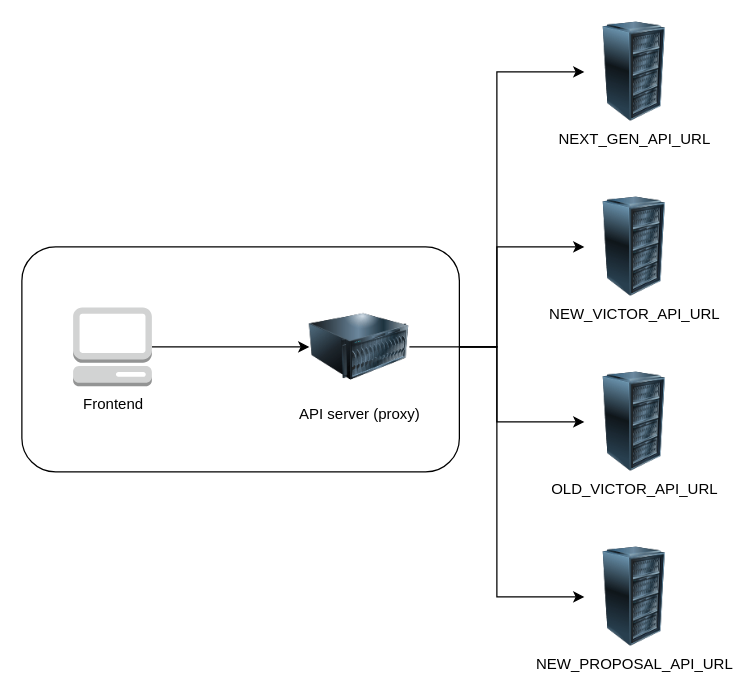
This is client-server.drawio from element364/draw.io, a draw.io file, before an edit. Source tidied: cells renumbered, new cells numbered last; positions are measured from the earlier drawing's top-left corner, leaving out a move shared by most shapes. Both pictures are drawn from the tidied source at 125%, with x=0, y=0 at pixel (21, 21).
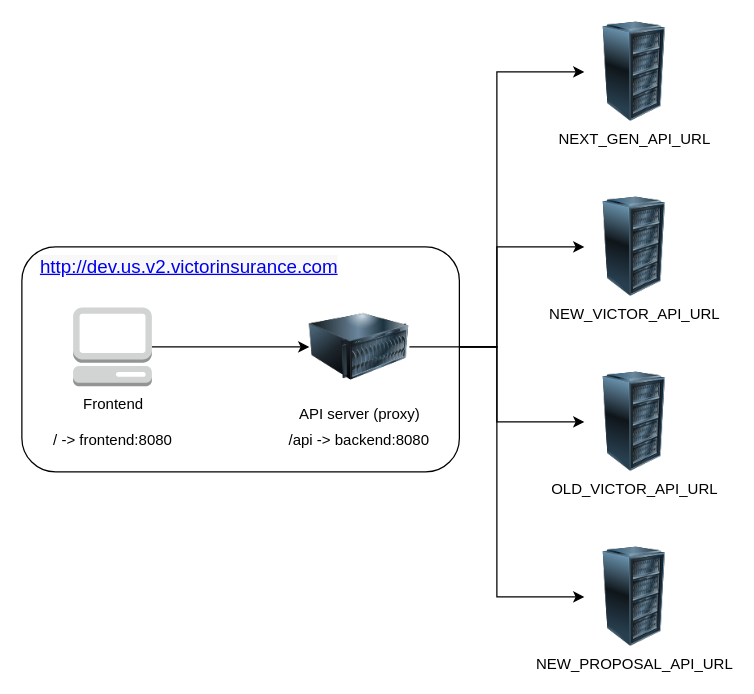
Above is the later version.

The edit, as a diff of the source:
```diff
@@
 <mxGraphModel>
   <root>
     <mxCell id="0" />
     <mxCell id="1" parent="0" />
     <mxCell id="2" style="edgeStyle=orthogonalEdgeStyle;rounded=0;jettySize=auto;html=1;entryX=0;entryY=0.5;entryDx=0;entryDy=0;" parent="1" edge="1" source="13" target="8">
       <mxGeometry relative="1" as="geometry" />
     </mxCell>
     <mxCell id="3" style="edgeStyle=orthogonalEdgeStyle;rounded=0;jettySize=auto;html=1;entryX=0;entryY=0.5;entryDx=0;entryDy=0;" parent="1" edge="1" source="13" target="5">
       <mxGeometry relative="1" as="geometry" />
     </mxCell>
     <mxCell id="4" style="edgeStyle=orthogonalEdgeStyle;rounded=0;jettySize=auto;html=1;entryX=0;entryY=0.5;entryDx=0;entryDy=0;" parent="1" edge="1" source="13" target="6">
       <mxGeometry relative="1" as="geometry" />
     </mxCell>
     <mxCell id="5" value="NEXT_GEN_API_URL" style="image;html=1;image=img/lib/clip_art/computers/Server_Rack_128x128.png;" parent="1" vertex="1">
       <mxGeometry x="450" width="80" height="80" as="geometry" />
     </mxCell>
     <mxCell id="6" value="NEW_VICTOR_API_URL" style="image;html=1;image=img/lib/clip_art/computers/Server_Rack_128x128.png;" parent="1" vertex="1">
       <mxGeometry x="450" y="140" width="80" height="80" as="geometry" />
     </mxCell>
     <mxCell id="7" value="OLD_VICTOR_API_URL" style="image;html=1;image=img/lib/clip_art/computers/Server_Rack_128x128.png;" parent="1" vertex="1">
       <mxGeometry x="450" y="280" width="80" height="80" as="geometry" />
     </mxCell>
     <mxCell id="8" value="NEW_PROPOSAL_API_URL" style="image;html=1;image=img/lib/clip_art/computers/Server_Rack_128x128.png;" parent="1" vertex="1">
       <mxGeometry x="450" y="420" width="80" height="80" as="geometry" />
     </mxCell>
     <mxCell id="9" style="rounded=1;whiteSpace=wrap;html=1;" parent="1" vertex="1">
       <mxGeometry y="180" width="350" height="180" as="geometry" />
     </mxCell>
     <mxCell id="10" style="edgeStyle=orthogonalEdgeStyle;rounded=0;jettySize=auto;html=1;entryX=0;entryY=0.5;entryDx=0;entryDy=0;" parent="1" edge="1" source="12" target="13">
       <mxGeometry relative="1" as="geometry" />
     </mxCell>
     <mxCell id="11" style="edgeStyle=orthogonalEdgeStyle;rounded=0;jettySize=auto;html=1;entryX=0;entryY=0.5;entryDx=0;entryDy=0;" parent="1" edge="1" source="13" target="7">
       <mxGeometry relative="1" as="geometry" />
     </mxCell>
     <mxCell id="12" value="Frontend" style="outlineConnect=0;dashed=0;verticalLabelPosition=bottom;verticalAlign=top;align=center;html=1;shape=mxgraph.aws3.management_console;fillColor=#D2D3D3;gradientColor=none;" parent="1" vertex="1">
       <mxGeometry x="41" y="228.5" width="63" height="63" as="geometry" />
     </mxCell>
     <mxCell id="13" value="API server (proxy)" style="image;html=1;image=img/lib/clip_art/computers/Server_128x128.png;" parent="1" vertex="1">
       <mxGeometry x="230" y="220" width="80" height="80" as="geometry" />
     </mxCell>
+    <mxCell id="14" value="&lt;a style=&quot;box-sizing: inherit; font-family: Slack-Lato, Slack-Fractions, appleLogo, sans-serif; font-size: 15px; font-variant-ligatures: common-ligatures; text-align: left; background-color: rgb(248, 248, 248);&quot; aria-describedby=&quot;sk-tooltip-13041&quot; rel=&quot;noopener noreferrer&quot; href=&quot;http://dev.us.v2.victorinsurance.com/api&quot; class=&quot;c-link&quot; target=&quot;_blank&quot;&gt;http://dev.us.v2.victorinsurance.com&lt;/a&gt;" style="text;html=1;align=center;verticalAlign=middle;whiteSpace=wrap;rounded=0;" parent="1" vertex="1">
+      <mxGeometry x="104" y="180" width="60" height="30" as="geometry" />
+    </mxCell>
+    <mxCell id="15" value="/ -&amp;gt; frontend:8080" style="text;html=1;align=center;verticalAlign=middle;whiteSpace=wrap;rounded=0;" parent="1" vertex="1">
+      <mxGeometry x="12.5" y="320" width="120" height="30" as="geometry" />
+    </mxCell>
+    <mxCell id="16" value="/api -&amp;gt; backend:8080" style="text;html=1;align=center;verticalAlign=middle;whiteSpace=wrap;rounded=0;" parent="1" vertex="1">
+      <mxGeometry x="210" y="320" width="120" height="30" as="geometry" />
+    </mxCell>
   </root>
 </mxGraphModel>
```
